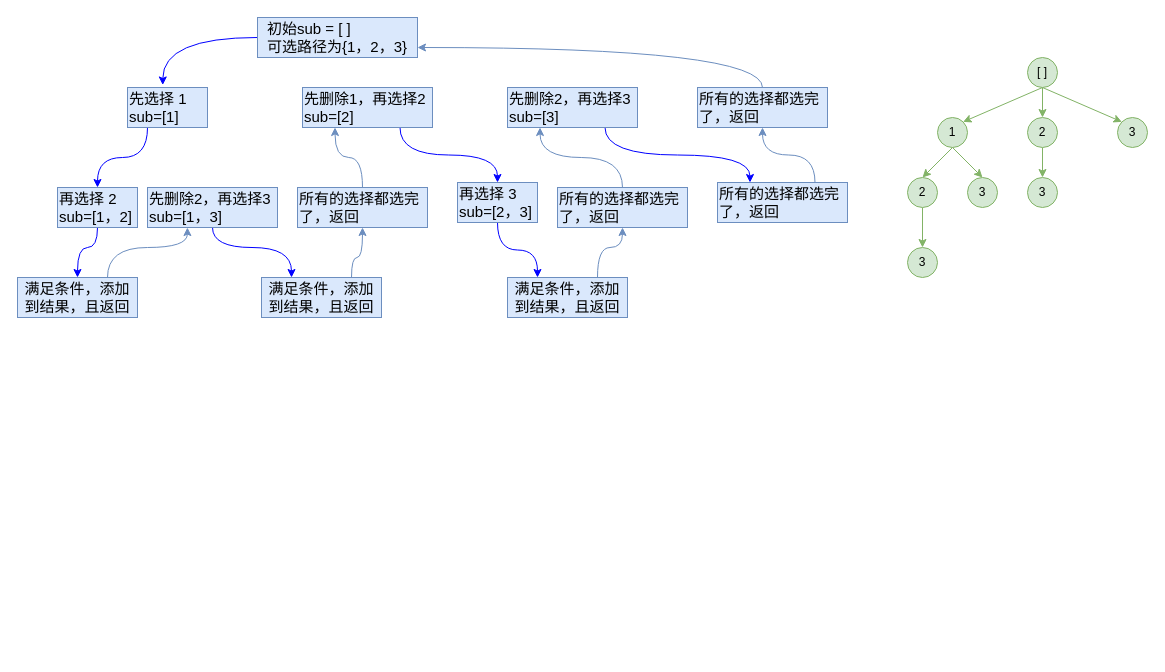
The draw.io diagram 回溯.drawio in BaiRuic/test, before the edit. Source tidied: cells renumbered, new cells numbered last; positions are measured from the earlier drawing's top-left corner, leaving out a move shared by most shapes. Both pictures are drawn from the tidied source at 100%, with x=0, y=0 at pixel (17, 17).
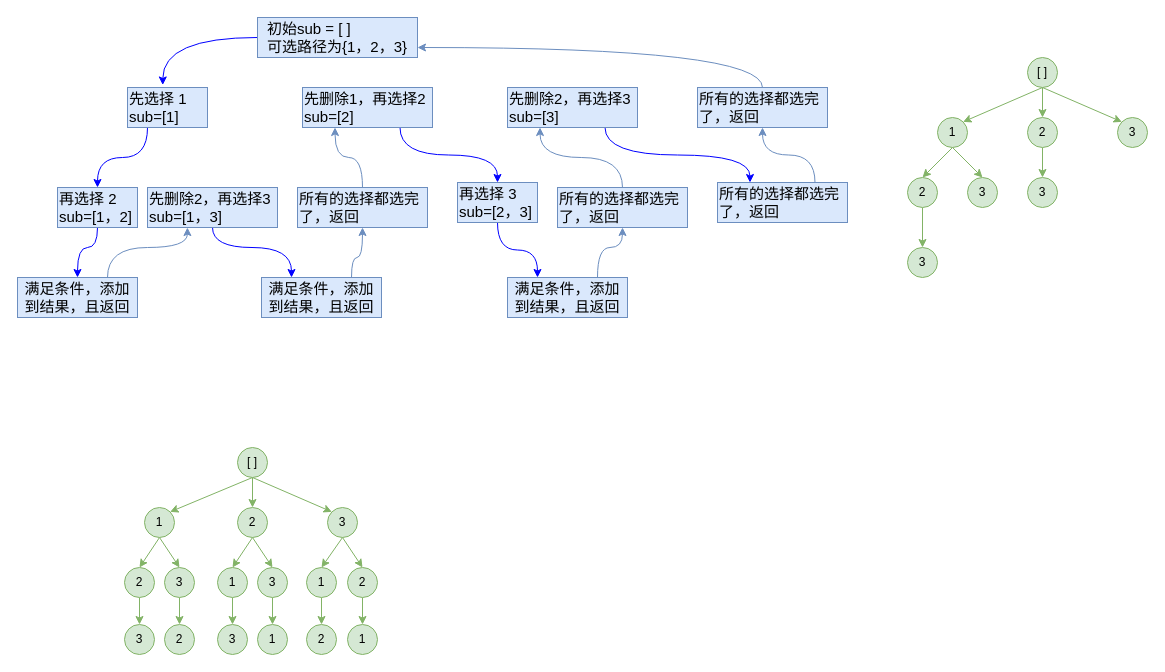
The same diagram, later.

Change to the diagram source:
```diff
@@
+    <mxCell id="45" style="edgeStyle=orthogonalEdgeStyle;rounded=0;jettySize=auto;html=1;exitX=0.5;exitY=1;exitDx=0;exitDy=0;entryX=0.5;entryY=0;entryDx=0;entryDy=0;fillColor=#d5e8d4;strokeColor=#82b366;" parent="1" edge="1" source="48" target="54">
+      <mxGeometry relative="1" as="geometry" />
+    </mxCell>
+    <mxCell id="46" style="edgeStyle=none;rounded=0;jettySize=auto;html=1;exitX=0.5;exitY=1;exitDx=0;exitDy=0;entryX=1;entryY=0;entryDx=0;entryDy=0;fillColor=#d5e8d4;strokeColor=#82b366;" parent="1" edge="1" source="48" target="51">
+      <mxGeometry relative="1" as="geometry" />
+    </mxCell>
+    <mxCell id="47" style="edgeStyle=none;rounded=0;jettySize=auto;html=1;exitX=0.5;exitY=1;exitDx=0;exitDy=0;entryX=0;entryY=0;entryDx=0;entryDy=0;fillColor=#d5e8d4;strokeColor=#82b366;" parent="1" edge="1" source="48" target="57">
+      <mxGeometry relative="1" as="geometry" />
+    </mxCell>
+    <mxCell id="48" value="[ ]" style="ellipse;whiteSpace=wrap;html=1;fillColor=#d5e8d4;strokeColor=#82b366;" parent="1" vertex="1">
+      <mxGeometry x="220" y="430" width="30" height="30" as="geometry" />
+    </mxCell>
+    <mxCell id="49" style="edgeStyle=none;rounded=0;jettySize=auto;html=1;exitX=0.5;exitY=1;exitDx=0;exitDy=0;entryX=0.5;entryY=0;entryDx=0;entryDy=0;fillColor=#d5e8d4;strokeColor=#82b366;" parent="1" edge="1" source="51" target="59">
+      <mxGeometry relative="1" as="geometry" />
+    </mxCell>
+    <mxCell id="50" style="edgeStyle=none;rounded=0;jettySize=auto;html=1;exitX=0.5;exitY=1;exitDx=0;exitDy=0;entryX=0.5;entryY=0;entryDx=0;entryDy=0;fillColor=#d5e8d4;strokeColor=#82b366;" parent="1" edge="1" source="51" target="61">
+      <mxGeometry relative="1" as="geometry" />
+    </mxCell>
+    <mxCell id="51" value="1" style="ellipse;whiteSpace=wrap;html=1;fillColor=#d5e8d4;strokeColor=#82b366;" parent="1" vertex="1">
+      <mxGeometry x="127" y="490" width="30" height="30" as="geometry" />
+    </mxCell>
+    <mxCell id="52" style="edgeStyle=none;rounded=0;jettySize=auto;html=1;exitX=0.5;exitY=1;exitDx=0;exitDy=0;entryX=0.5;entryY=0;entryDx=0;entryDy=0;fillColor=#d5e8d4;strokeColor=#82b366;" parent="1" edge="1" source="54" target="63">
+      <mxGeometry relative="1" as="geometry" />
+    </mxCell>
+    <mxCell id="53" style="edgeStyle=none;rounded=0;jettySize=auto;html=1;exitX=0.5;exitY=1;exitDx=0;exitDy=0;entryX=0.5;entryY=0;entryDx=0;entryDy=0;strokeColor=#82b366;fillColor=#d5e8d4;" parent="1" edge="1" source="54" target="66">
+      <mxGeometry relative="1" as="geometry" />
+    </mxCell>
+    <mxCell id="54" value="2" style="ellipse;whiteSpace=wrap;html=1;fillColor=#d5e8d4;strokeColor=#82b366;" parent="1" vertex="1">
+      <mxGeometry x="220" y="490" width="30" height="30" as="geometry" />
+    </mxCell>
+    <mxCell id="55" style="edgeStyle=none;rounded=0;jettySize=auto;html=1;exitX=0.5;exitY=1;exitDx=0;exitDy=0;entryX=0.5;entryY=0;entryDx=0;entryDy=0;strokeColor=#82b366;fillColor=#d5e8d4;" parent="1" edge="1" source="57" target="68">
+      <mxGeometry relative="1" as="geometry" />
+    </mxCell>
+    <mxCell id="56" style="edgeStyle=none;rounded=0;jettySize=auto;html=1;exitX=0.5;exitY=1;exitDx=0;exitDy=0;entryX=0.5;entryY=0;entryDx=0;entryDy=0;strokeColor=#82b366;fillColor=#d5e8d4;" parent="1" edge="1" source="57" target="70">
+      <mxGeometry relative="1" as="geometry" />
+    </mxCell>
+    <mxCell id="57" value="3" style="ellipse;whiteSpace=wrap;html=1;fillColor=#d5e8d4;strokeColor=#82b366;" parent="1" vertex="1">
+      <mxGeometry x="310" y="490" width="30" height="30" as="geometry" />
+    </mxCell>
+    <mxCell id="58" style="edgeStyle=none;rounded=0;jettySize=auto;html=1;exitX=0.5;exitY=1;exitDx=0;exitDy=0;entryX=0.5;entryY=0;entryDx=0;entryDy=0;fillColor=#d5e8d4;strokeColor=#82b366;" parent="1" edge="1" source="59" target="64">
+      <mxGeometry relative="1" as="geometry" />
+    </mxCell>
+    <mxCell id="59" value="2" style="ellipse;whiteSpace=wrap;html=1;fillColor=#d5e8d4;strokeColor=#82b366;" parent="1" vertex="1">
+      <mxGeometry x="107" y="550" width="30" height="30" as="geometry" />
+    </mxCell>
+    <mxCell id="60" style="edgeStyle=none;rounded=0;jettySize=auto;html=1;exitX=0.5;exitY=1;exitDx=0;exitDy=0;entryX=0.5;entryY=0;entryDx=0;entryDy=0;strokeColor=#82b366;fillColor=#d5e8d4;" parent="1" edge="1" source="61" target="71">
+      <mxGeometry relative="1" as="geometry" />
+    </mxCell>
+    <mxCell id="61" value="3" style="ellipse;whiteSpace=wrap;html=1;fillColor=#d5e8d4;strokeColor=#82b366;" parent="1" vertex="1">
+      <mxGeometry x="147" y="550" width="30" height="30" as="geometry" />
+    </mxCell>
+    <mxCell id="62" style="edgeStyle=none;rounded=0;jettySize=auto;html=1;exitX=0.5;exitY=1;exitDx=0;exitDy=0;strokeColor=#82b366;fillColor=#d5e8d4;" parent="1" edge="1" source="63" target="73">
+      <mxGeometry relative="1" as="geometry" />
+    </mxCell>
+    <mxCell id="63" value="3" style="ellipse;whiteSpace=wrap;html=1;fillColor=#d5e8d4;strokeColor=#82b366;" parent="1" vertex="1">
+      <mxGeometry x="240" y="550" width="30" height="30" as="geometry" />
+    </mxCell>
+    <mxCell id="64" value="3" style="ellipse;whiteSpace=wrap;html=1;fillColor=#d5e8d4;strokeColor=#82b366;" parent="1" vertex="1">
+      <mxGeometry x="107" y="607" width="30" height="30" as="geometry" />
+    </mxCell>
+    <mxCell id="65" style="edgeStyle=none;rounded=0;jettySize=auto;html=1;exitX=0.5;exitY=1;exitDx=0;exitDy=0;entryX=0.5;entryY=0;entryDx=0;entryDy=0;strokeColor=#82b366;fillColor=#d5e8d4;" parent="1" edge="1" source="66" target="72">
+      <mxGeometry relative="1" as="geometry" />
+    </mxCell>
+    <mxCell id="66" value="1" style="ellipse;whiteSpace=wrap;html=1;fillColor=#d5e8d4;strokeColor=#82b366;" parent="1" vertex="1">
+      <mxGeometry x="200" y="550" width="30" height="30" as="geometry" />
+    </mxCell>
+    <mxCell id="67" style="edgeStyle=none;rounded=0;jettySize=auto;html=1;exitX=0.5;exitY=1;exitDx=0;exitDy=0;entryX=0.5;entryY=0;entryDx=0;entryDy=0;strokeColor=#82b366;fillColor=#d5e8d4;" parent="1" edge="1" source="68" target="74">
+      <mxGeometry relative="1" as="geometry" />
+    </mxCell>
+    <mxCell id="68" value="1" style="ellipse;whiteSpace=wrap;html=1;fillColor=#d5e8d4;strokeColor=#82b366;" parent="1" vertex="1">
+      <mxGeometry x="289" y="550" width="30" height="30" as="geometry" />
+    </mxCell>
+    <mxCell id="69" style="edgeStyle=none;rounded=0;jettySize=auto;html=1;exitX=0.5;exitY=1;exitDx=0;exitDy=0;entryX=0.5;entryY=0;entryDx=0;entryDy=0;strokeColor=#82b366;fillColor=#d5e8d4;" parent="1" edge="1" source="70" target="75">
+      <mxGeometry relative="1" as="geometry" />
+    </mxCell>
+    <mxCell id="70" value="2" style="ellipse;whiteSpace=wrap;html=1;fillColor=#d5e8d4;strokeColor=#82b366;" parent="1" vertex="1">
+      <mxGeometry x="330" y="550" width="30" height="30" as="geometry" />
+    </mxCell>
+    <mxCell id="71" value="2" style="ellipse;whiteSpace=wrap;html=1;fillColor=#d5e8d4;strokeColor=#82b366;" parent="1" vertex="1">
+      <mxGeometry x="147" y="607" width="30" height="30" as="geometry" />
+    </mxCell>
+    <mxCell id="72" value="3" style="ellipse;whiteSpace=wrap;html=1;fillColor=#d5e8d4;strokeColor=#82b366;" parent="1" vertex="1">
+      <mxGeometry x="200" y="607" width="30" height="30" as="geometry" />
+    </mxCell>
+    <mxCell id="73" value="1" style="ellipse;whiteSpace=wrap;html=1;fillColor=#d5e8d4;strokeColor=#82b366;" parent="1" vertex="1">
+      <mxGeometry x="240" y="607" width="30" height="30" as="geometry" />
+    </mxCell>
+    <mxCell id="74" value="2" style="ellipse;whiteSpace=wrap;html=1;fillColor=#d5e8d4;strokeColor=#82b366;" parent="1" vertex="1">
+      <mxGeometry x="289" y="607" width="30" height="30" as="geometry" />
+    </mxCell>
+    <mxCell id="75" value="1" style="ellipse;whiteSpace=wrap;html=1;fillColor=#d5e8d4;strokeColor=#82b366;" parent="1" vertex="1">
+      <mxGeometry x="330" y="607" width="30" height="30" as="geometry" />
+    </mxCell>
```
